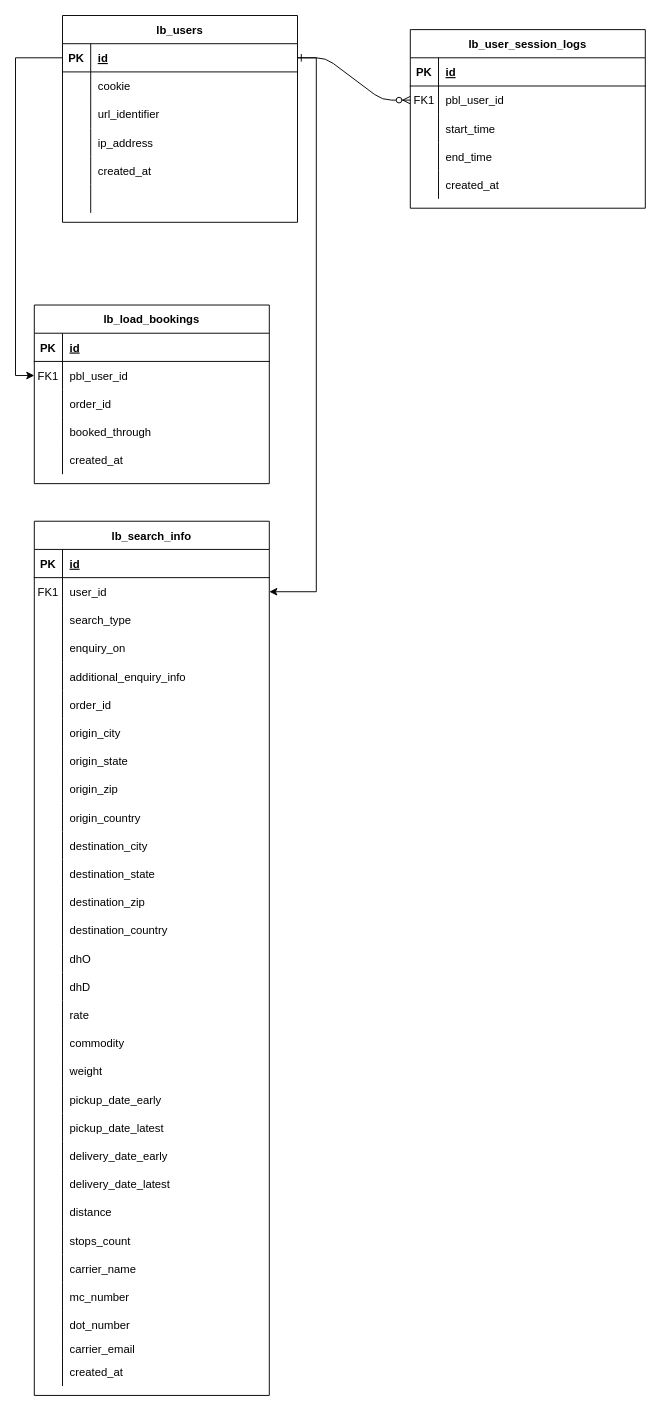
Earlier version of the draw.io diagram pgt-analytics.drawio (venkat0x1/ER-Diagrams). Source tidied: cells renumbered, new cells numbered last; positions are measured from the earlier drawing's top-left corner, leaving out a move shared by most shapes. Both pictures are drawn from the tidied source at 94%, with x=0, y=0 at pixel (34, 15).
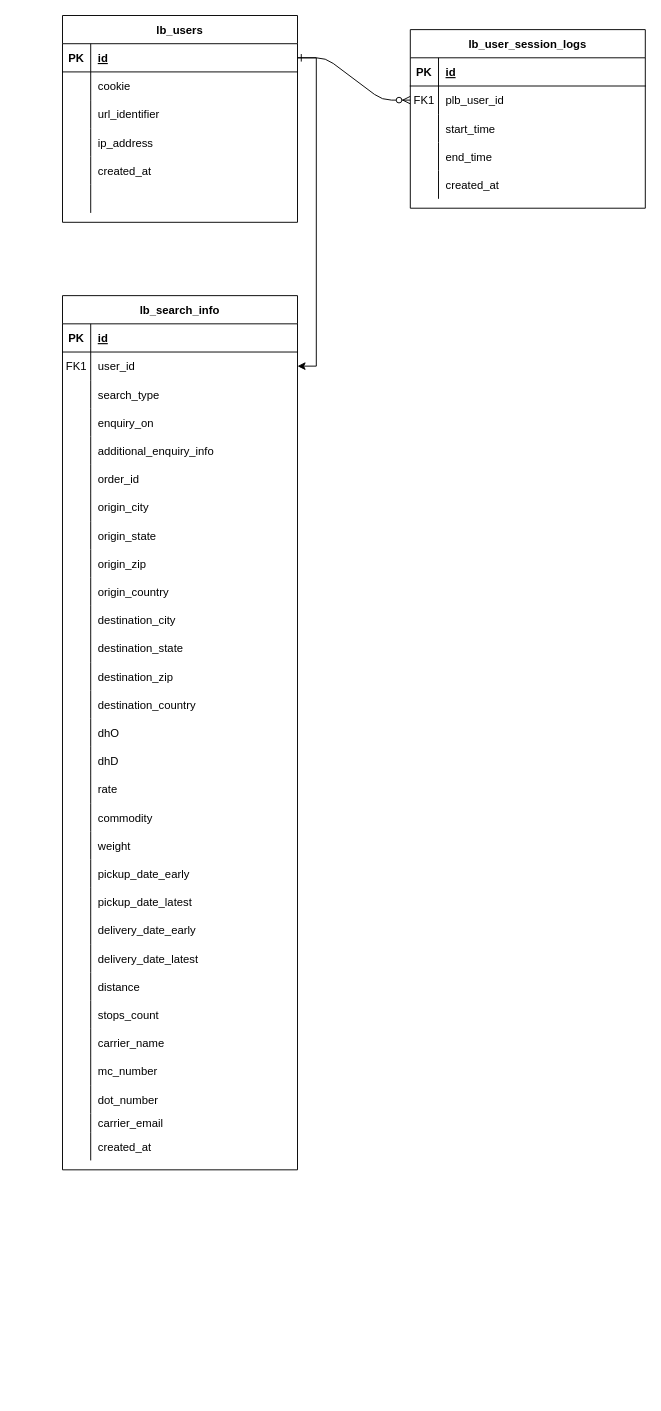
After the change.

Unchanged cells that the change refers to:
```xml
<mxCell id="7" style="shape=partialRectangle;fillColor=none;points=[[0,0.5],[1,0.5]];portConstraint=eastwest;top=0;left=0;right=0;bottom=0;" parent="3" vertex="1">
  <mxGeometry y="60" width="250" height="30" as="geometry" />
</mxCell>
<mxCell id="111" style="shape=partialRectangle;fillColor=none;points=[[0,0.5],[1,0.5]];portConstraint=eastwest;top=0;left=0;right=0;bottom=1;" parent="110" vertex="1">
  <mxGeometry y="30" width="250" height="30" as="geometry" />
</mxCell>
```

Change to the diagram source:
```diff
@@
-    <mxCell id="9" value="pbl_user_id" style="shape=partialRectangle;overflow=hidden;fillColor=none;top=0;left=0;bottom=0;right=0;align=left;spacingLeft=6;" parent="7" vertex="1">
+    <mxCell id="9" value="plb_user_id" style="shape=partialRectangle;overflow=hidden;fillColor=none;top=0;left=0;bottom=0;right=0;align=left;spacingLeft=6;" parent="7" vertex="1">
       <mxGeometry x="30" width="220" height="30" as="geometry" />
     </mxCell>
@@
     <mxCell id="19" value="lb_search_info" style="shape=table;startSize=30;childLayout=tableLayout;rowLines=0;fontStyle=1;align=center;" parent="1" vertex="1">
-      <mxGeometry y="538" width="250" height="930" as="geometry" />
+      <mxGeometry x="30" y="298" width="250" height="930" as="geometry" />
     </mxCell>
@@
-    <mxCell id="129" value="lb_load_bookings" style="shape=table;startSize=30;childLayout=tableLayout;rowLines=0;fontStyle=1;align=center;" parent="1" vertex="1">
-      <mxGeometry y="308" width="250" height="190" as="geometry" />
-    </mxCell>
-    <mxCell id="130" style="shape=partialRectangle;fillColor=none;top=0;left=0;right=0;bottom=1;" parent="129" vertex="1">
-      <mxGeometry y="30" width="250" height="30" as="geometry" />
-    </mxCell>
-    <mxCell id="131" value="PK" style="shape=partialRectangle;overflow=hidden;fillColor=none;top=0;left=0;bottom=0;right=0;fontStyle=1;" parent="130" vertex="1">
-      <mxGeometry width="30" height="30" as="geometry" />
-    </mxCell>
-    <mxCell id="132" value="id" style="shape=partialRectangle;overflow=hidden;fillColor=none;top=0;left=0;bottom=0;right=0;align=left;spacingLeft=6;fontStyle=5;" parent="130" vertex="1">
-      <mxGeometry x="30" width="220" height="30" as="geometry" />
-    </mxCell>
-    <mxCell id="133" style="shape=partialRectangle;fillColor=none;points=[[0,0.5],[1,0.5]];portConstraint=eastwest;top=0;left=0;right=0;bottom=0;" parent="129" vertex="1">
-      <mxGeometry y="60" width="250" height="30" as="geometry" />
-    </mxCell>
-    <mxCell id="134" value="FK1" style="shape=partialRectangle;overflow=hidden;fillColor=none;top=0;left=0;bottom=0;right=0;" parent="133" vertex="1">
-      <mxGeometry width="30" height="30" as="geometry" />
-    </mxCell>
-    <mxCell id="135" value="pbl_user_id" style="shape=partialRectangle;overflow=hidden;fillColor=none;top=0;left=0;bottom=0;right=0;align=left;spacingLeft=6;" parent="133" vertex="1">
-      <mxGeometry x="30" width="220" height="30" as="geometry" />
-    </mxCell>
-    <mxCell id="136" style="shape=partialRectangle;fillColor=none;top=0;left=0;right=0;bottom=0;" parent="129" vertex="1">
-      <mxGeometry y="90" width="250" height="30" as="geometry" />
-    </mxCell>
-    <mxCell id="137" style="shape=partialRectangle;overflow=hidden;fillColor=none;top=0;left=0;bottom=0;right=0;" parent="136" vertex="1">
-      <mxGeometry width="30" height="30" as="geometry" />
-    </mxCell>
-    <mxCell id="138" value="order_id" style="shape=partialRectangle;overflow=hidden;fillColor=none;top=0;left=0;bottom=0;right=0;align=left;spacingLeft=6;" parent="136" vertex="1">
-      <mxGeometry x="30" width="220" height="30" as="geometry" />
-    </mxCell>
-    <mxCell id="139" style="shape=partialRectangle;fillColor=none;top=0;left=0;right=0;bottom=0;" parent="129" vertex="1">
-      <mxGeometry y="120" width="250" height="30" as="geometry" />
-    </mxCell>
-    <mxCell id="140" style="shape=partialRectangle;overflow=hidden;fillColor=none;top=0;left=0;bottom=0;right=0;" parent="139" vertex="1">
-      <mxGeometry width="30" height="30" as="geometry" />
-    </mxCell>
-    <mxCell id="141" value="booked_through" style="shape=partialRectangle;overflow=hidden;fillColor=none;top=0;left=0;bottom=0;right=0;align=left;spacingLeft=6;" parent="139" vertex="1">
-      <mxGeometry x="30" width="220" height="30" as="geometry" />
-    </mxCell>
-    <mxCell id="142" style="shape=partialRectangle;fillColor=none;top=0;left=0;right=0;bottom=0;" parent="129" vertex="1">
-      <mxGeometry y="150" width="250" height="30" as="geometry" />
-    </mxCell>
-    <mxCell id="143" style="shape=partialRectangle;overflow=hidden;fillColor=none;top=0;left=0;bottom=0;right=0;" parent="142" vertex="1">
-      <mxGeometry width="30" height="30" as="geometry" />
-    </mxCell>
-    <mxCell id="144" value="created_at" style="shape=partialRectangle;overflow=hidden;fillColor=none;top=0;left=0;bottom=0;right=0;align=left;spacingLeft=6;" parent="142" vertex="1">
-      <mxGeometry x="30" width="220" height="30" as="geometry" />
-    </mxCell>
@@
-    <mxCell id="146" style="edgeStyle=orthogonalEdgeStyle;rounded=0;jettySize=auto;html=1;exitX=0;exitY=0.5;exitDx=0;exitDy=0;entryX=0;entryY=0.5;entryDx=0;entryDy=0;" parent="1" edge="1" source="111" target="133">
-      <mxGeometry relative="1" as="geometry" />
-    </mxCell>
```
